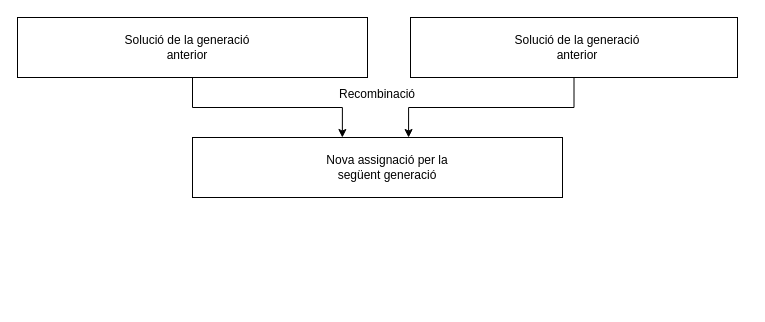
The draw.io diagram PD_Plots/recombinacio.drawio in auctionize/asset-distribution-systems, before the edit. Source tidied: cells renumbered, new cells numbered last; positions are measured from the earlier drawing's top-left corner, leaving out a move shared by most shapes. Both pictures are drawn from the tidied source at 100%, with x=0, y=0 at pixel (17, 17).
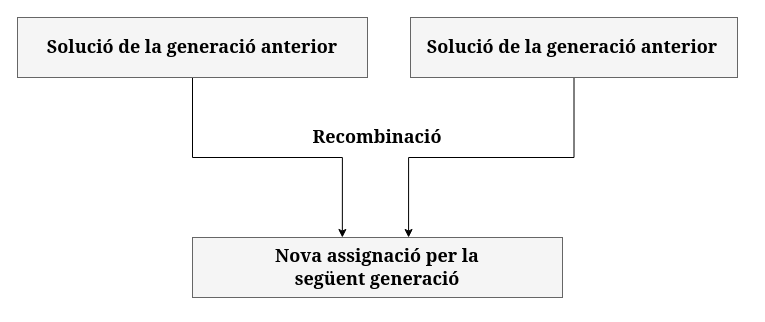
The same diagram, later.

What changed in the source:
```diff
@@
 <mxGraphModel>
   <root>
     <mxCell id="0" />
     <mxCell id="1" parent="0" />
     <mxCell id="2" style="edgeStyle=orthogonalEdgeStyle;rounded=0;jettySize=auto;html=1;entryX=0.405;entryY=0;entryDx=0;entryDy=0;entryPerimeter=0;" parent="1" edge="1" source="3" target="6">
       <mxGeometry relative="1" as="geometry" />
     </mxCell>
-    <mxCell id="3" style="rounded=0;whiteSpace=wrap;html=1;" parent="1" vertex="1">
+    <mxCell id="3" style="rounded=0;whiteSpace=wrap;html=1;fillColor=#f5f5f5;strokeColor=#666666;fontColor=#333333;" parent="1" vertex="1">
       <mxGeometry width="350" height="60" as="geometry" />
     </mxCell>
     <mxCell id="4" style="edgeStyle=orthogonalEdgeStyle;rounded=0;jettySize=auto;html=1;exitX=0.5;exitY=1;exitDx=0;exitDy=0;entryX=0.584;entryY=0;entryDx=0;entryDy=0;entryPerimeter=0;" parent="1" edge="1" source="5" target="6">
       <mxGeometry relative="1" as="geometry" />
     </mxCell>
-    <mxCell id="5" style="rounded=0;whiteSpace=wrap;html=1;" parent="1" vertex="1">
+    <mxCell id="5" style="rounded=0;whiteSpace=wrap;html=1;fillColor=#f5f5f5;strokeColor=#666666;fontColor=#333333;" parent="1" vertex="1">
       <mxGeometry x="393" width="327" height="60" as="geometry" />
     </mxCell>
-    <mxCell id="6" style="rounded=0;whiteSpace=wrap;html=1;" parent="1" vertex="1">
-      <mxGeometry x="175" y="120" width="370" height="60" as="geometry" />
+    <mxCell id="6" style="rounded=0;whiteSpace=wrap;html=1;fillColor=#f5f5f5;strokeColor=#666666;fontColor=#333333;" parent="1" vertex="1">
+      <mxGeometry x="175" y="220" width="370" height="60" as="geometry" />
     </mxCell>
-    <mxCell id="7" value="Nova assignació per la següent generació&lt;br&gt;" style="text;html=1;strokeColor=none;fillColor=none;align=center;verticalAlign=middle;whiteSpace=wrap;rounded=0;" parent="1" vertex="1">
-      <mxGeometry x="300" y="140" width="140" height="20" as="geometry" />
+    <mxCell id="7" value="&lt;h2&gt;&lt;font face=&quot;Georgia&quot;&gt;Nova assignació per la següent generació&lt;/font&gt;&lt;/h2&gt;" style="text;html=1;strokeColor=none;fillColor=none;align=center;verticalAlign=middle;whiteSpace=wrap;rounded=0;" parent="1" vertex="1">
+      <mxGeometry x="225" y="240" width="270" height="20" as="geometry" />
     </mxCell>
-    <mxCell id="8" value="Solució de la generació anterior" style="text;html=1;strokeColor=none;fillColor=none;align=center;verticalAlign=middle;whiteSpace=wrap;rounded=0;" parent="1" vertex="1">
-      <mxGeometry x="100" y="20" width="140" height="20" as="geometry" />
+    <mxCell id="8" value="&lt;h2&gt;&lt;font face=&quot;Georgia&quot;&gt;Solució de la generació anterior&lt;/font&gt;&lt;/h2&gt;" style="text;html=1;strokeColor=none;fillColor=none;align=center;verticalAlign=middle;whiteSpace=wrap;rounded=0;" parent="1" vertex="1">
+      <mxGeometry x="10" y="20" width="330" height="20" as="geometry" />
     </mxCell>
-    <mxCell id="9" value="Solució de la generació anterior" style="text;html=1;strokeColor=none;fillColor=none;align=center;verticalAlign=middle;whiteSpace=wrap;rounded=0;" parent="1" vertex="1">
-      <mxGeometry x="490" y="20" width="140" height="20" as="geometry" />
+    <mxCell id="9" value="&lt;h2&gt;&lt;font face=&quot;Georgia&quot;&gt;Solució de la generació anterior&lt;/font&gt;&lt;/h2&gt;" style="text;html=1;strokeColor=none;fillColor=none;align=center;verticalAlign=middle;whiteSpace=wrap;rounded=0;fontFamily=Courier New;" parent="1" vertex="1">
+      <mxGeometry x="380" y="20" width="350" height="20" as="geometry" />
     </mxCell>
-    <mxCell id="10" value="Recombinació" style="text;html=1;strokeColor=none;fillColor=none;align=center;verticalAlign=middle;whiteSpace=wrap;rounded=0;" parent="1" vertex="1">
-      <mxGeometry x="340" y="67" width="40" height="20" as="geometry" />
+    <mxCell id="10" value="&lt;h2&gt;&lt;font face=&quot;Georgia&quot;&gt;Recombinació&lt;/font&gt;&lt;/h2&gt;" style="text;html=1;strokeColor=none;fillColor=none;align=center;verticalAlign=middle;whiteSpace=wrap;rounded=0;" parent="1" vertex="1">
+      <mxGeometry x="340" y="110" width="40" height="20" as="geometry" />
     </mxCell>
   </root>
 </mxGraphModel>
```
